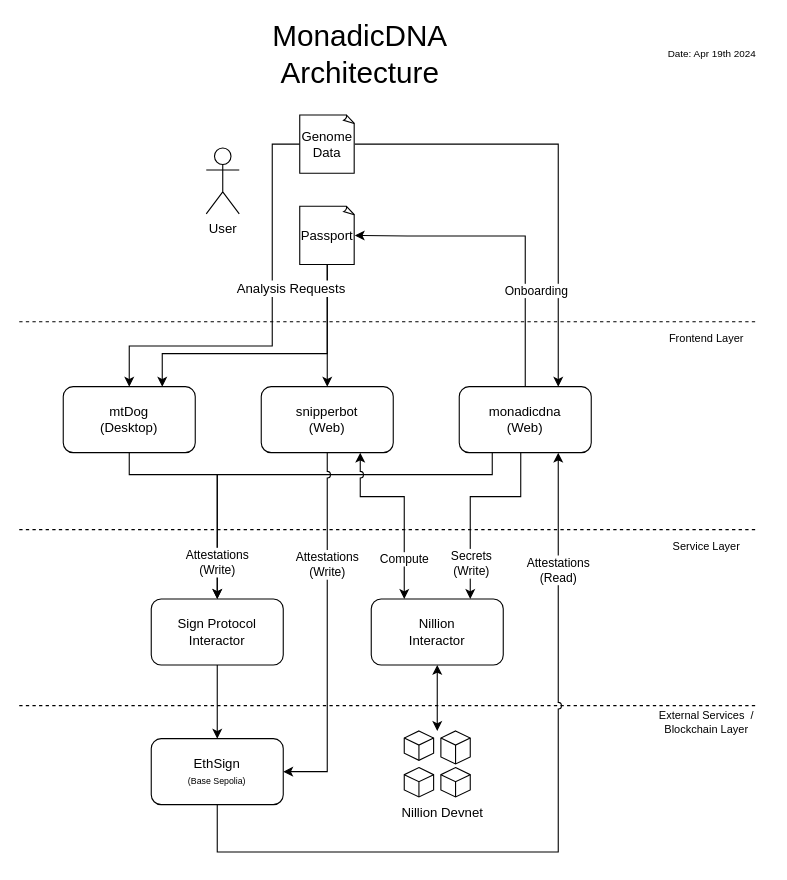
The draw.io diagram docs/monadicdna.drawio in Cryptonomic/MonadicDNA, before the edit. Source tidied: cells renumbered, new cells numbered last; positions are measured from the earlier drawing's top-left corner, leaving out a move shared by most shapes. Both pictures are drawn from the tidied source at 110%, with x=0, y=0 at pixel (19, 37).
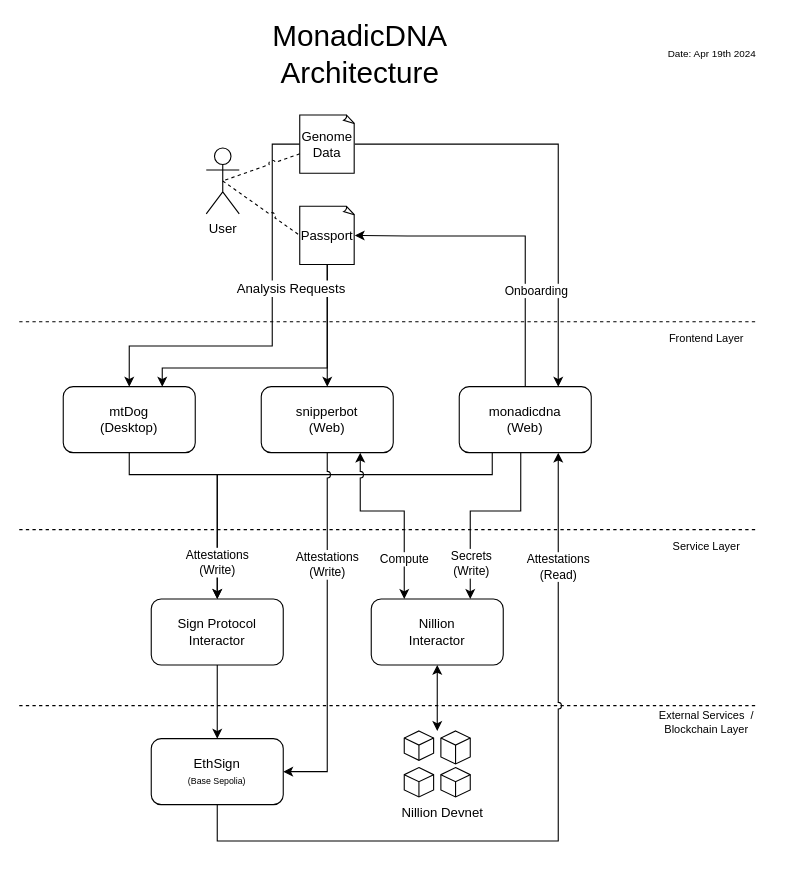
The same diagram, later.

The change refers to these unchanged cells:
```xml
<mxCell id="5" value="Nillion&lt;br&gt;Interactor" style="rounded=1;whiteSpace=wrap;html=1;" parent="1" vertex="1">
  <mxGeometry x="320" y="510" width="120" height="60" as="geometry" />
</mxCell>
<mxCell id="10" value="monadicdna&lt;br&gt;(Web)" style="rounded=1;whiteSpace=wrap;html=1;" parent="1" vertex="1">
  <mxGeometry x="400" y="317" width="120" height="60" as="geometry" />
</mxCell>
<mxCell id="13" value="snipperbot&lt;br&gt;(Web)" style="rounded=1;whiteSpace=wrap;html=1;" parent="1" vertex="1">
  <mxGeometry x="220" y="317" width="120" height="60" as="geometry" />
</mxCell>
<mxCell id="15" value="mtDog&lt;br&gt;(Desktop)" style="rounded=1;whiteSpace=wrap;html=1;" parent="1" vertex="1">
  <mxGeometry x="40" y="317" width="120" height="60" as="geometry" />
</mxCell>
<mxCell id="23" value="User" style="shape=umlActor;verticalLabelPosition=bottom;verticalAlign=top;html=1;outlineConnect=0;" parent="1" vertex="1">
  <mxGeometry x="170" y="100" width="30" height="60" as="geometry" />
</mxCell>
<mxCell id="26" value="Genome&lt;br&gt;Data" style="whiteSpace=wrap;html=1;shape=mxgraph.basic.document;" parent="1" vertex="1">
  <mxGeometry x="255" y="70" width="50" height="53" as="geometry" />
</mxCell>
<mxCell id="29" value="Passport" style="whiteSpace=wrap;html=1;shape=mxgraph.basic.document;" parent="1" vertex="1">
  <mxGeometry x="255" y="153" width="50" height="53" as="geometry" />
</mxCell>
<mxCell id="40" value="EthSign&lt;br&gt;&lt;font style=&quot;font-size: 8px;&quot;&gt;(Base Sepolia)&lt;/font&gt;" style="rounded=1;whiteSpace=wrap;html=1;" parent="1" vertex="1">
  <mxGeometry x="120" y="637" width="120" height="60" as="geometry" />
</mxCell>
```

The edit, as a diff of the source:
```diff
@@
     <mxCell id="7" style="edgeStyle=orthogonalEdgeStyle;rounded=0;jettySize=auto;html=1;exitX=0.466;exitY=0.985;exitDx=0;exitDy=0;entryX=0.75;entryY=0;entryDx=0;entryDy=0;startArrow=none;startFill=0;exitPerimeter=0;" parent="1" edge="1" source="10" target="5">
       <mxGeometry relative="1" as="geometry">
         <Array as="points">
-          <mxPoint x="456" y="417" />
-          <mxPoint x="410" y="417" />
+          <mxPoint x="456" y="430" />
+          <mxPoint x="410" y="430" />
         </Array>
       </mxGeometry>
     </mxCell>
@@
     <mxCell id="11" value="Compute" style="edgeStyle=orthogonalEdgeStyle;rounded=0;jumpStyle=arc;jettySize=auto;html=1;exitX=0.75;exitY=1;exitDx=0;exitDy=0;entryX=0.25;entryY=0;entryDx=0;entryDy=0;startArrow=classic;startFill=1;" parent="1" edge="1" source="13" target="5">
       <mxGeometry x="0.58" relative="1" as="geometry">
         <Array as="points">
-          <mxPoint x="310" y="417" />
-          <mxPoint x="350" y="417" />
+          <mxPoint x="310" y="430" />
+          <mxPoint x="350" y="430" />
         </Array>
       </mxGeometry>
     </mxCell>
@@
     <mxCell id="28" style="edgeStyle=orthogonalEdgeStyle;rounded=0;jettySize=auto;html=1;exitX=0.5;exitY=1;exitDx=0;exitDy=0;exitPerimeter=0;entryX=0.75;entryY=0;entryDx=0;entryDy=0;startArrow=none;startFill=0;" parent="1" edge="1" source="29" target="15">
       <mxGeometry relative="1" as="geometry">
         <Array as="points">
-          <mxPoint x="280" y="287" />
-          <mxPoint x="130" y="287" />
+          <mxPoint x="280" y="300" />
+          <mxPoint x="130" y="300" />
         </Array>
       </mxGeometry>
     </mxCell>
@@
     <mxCell id="36" value="Attestations&lt;br style=&quot;font-size: 11px;&quot;&gt;(Read)" style="edgeStyle=orthogonalEdgeStyle;rounded=0;jumpStyle=arc;jettySize=auto;html=1;entryX=0.75;entryY=1;entryDx=0;entryDy=0;fontSize=11;startArrow=none;startFill=0;labelBackgroundColor=default;exitX=0.5;exitY=1;exitDx=0;exitDy=0;" parent="1" edge="1" source="40" target="10">
       <mxGeometry x="0.7" relative="1" as="geometry">
         <Array as="points">
-          <mxPoint x="180" y="740" />
-          <mxPoint x="490" y="740" />
+          <mxPoint x="180" y="730" />
+          <mxPoint x="490" y="730" />
         </Array>
       </mxGeometry>
     </mxCell>
@@
+    <mxCell id="41" style="endArrow=none;dashed=1;html=1;rounded=0;labelBackgroundColor=default;fontSize=8;jumpStyle=arc;entryX=0.5;entryY=0.5;entryDx=0;entryDy=0;entryPerimeter=0;" parent="1" edge="1" source="26" target="23">
+      <mxGeometry relative="1" as="geometry" />
+    </mxCell>
+    <mxCell id="42" style="endArrow=none;dashed=1;html=1;rounded=0;labelBackgroundColor=default;fontSize=8;jumpStyle=arc;exitX=0.5;exitY=0.5;exitDx=0;exitDy=0;exitPerimeter=0;entryX=0;entryY=0.5;entryDx=0;entryDy=0;entryPerimeter=0;" parent="1" edge="1" source="23" target="29">
+      <mxGeometry relative="1" as="geometry" />
+    </mxCell>
```
